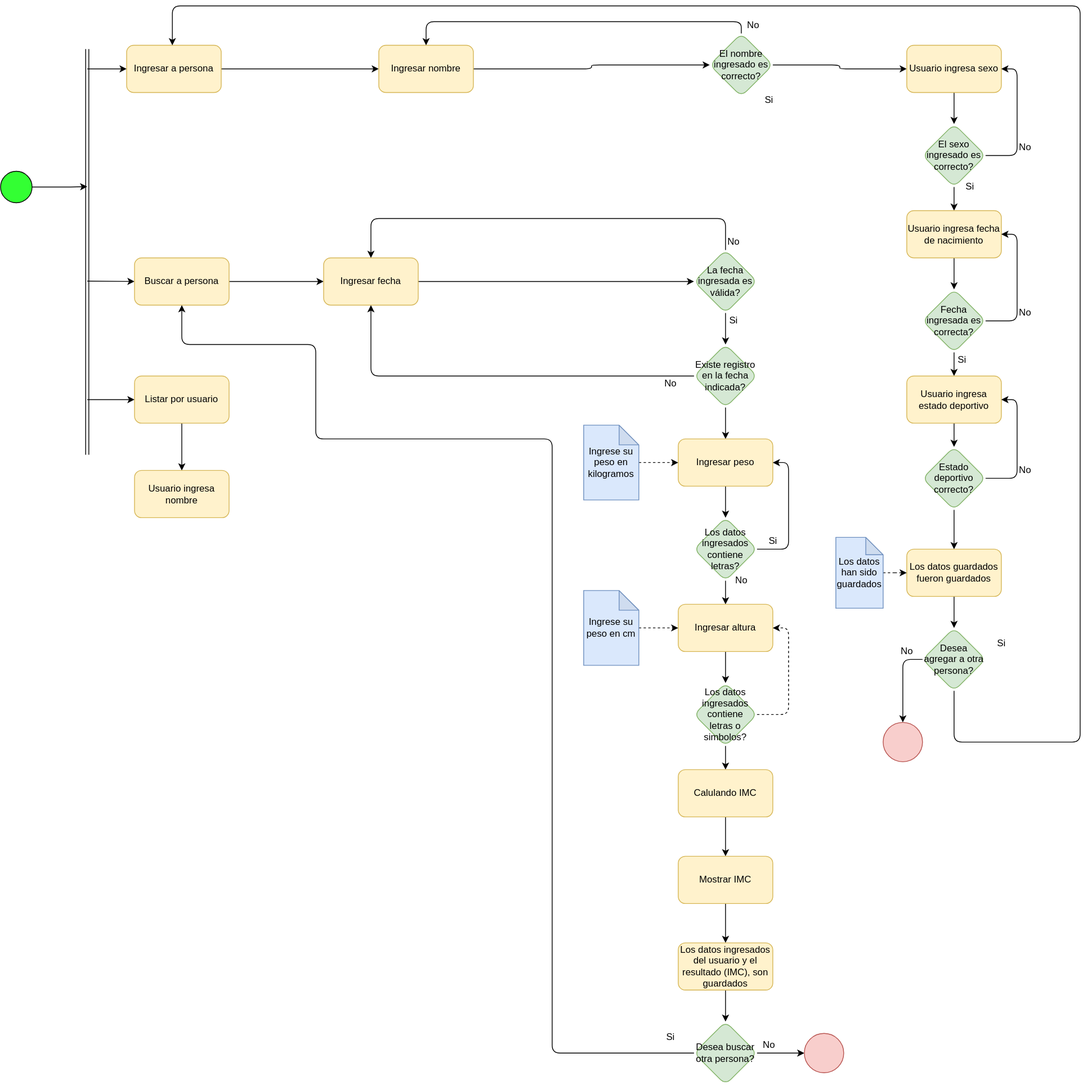
The draw.io diagram Diagramas/DiagActFuncionalidad.svg in MaxIbanez/Taller1P1_MI_JC, before a commit. Source tidied: cells renumbered, new cells last; positions are measured from the earlier drawing's top-left corner, leaving out a move shared by most shapes.
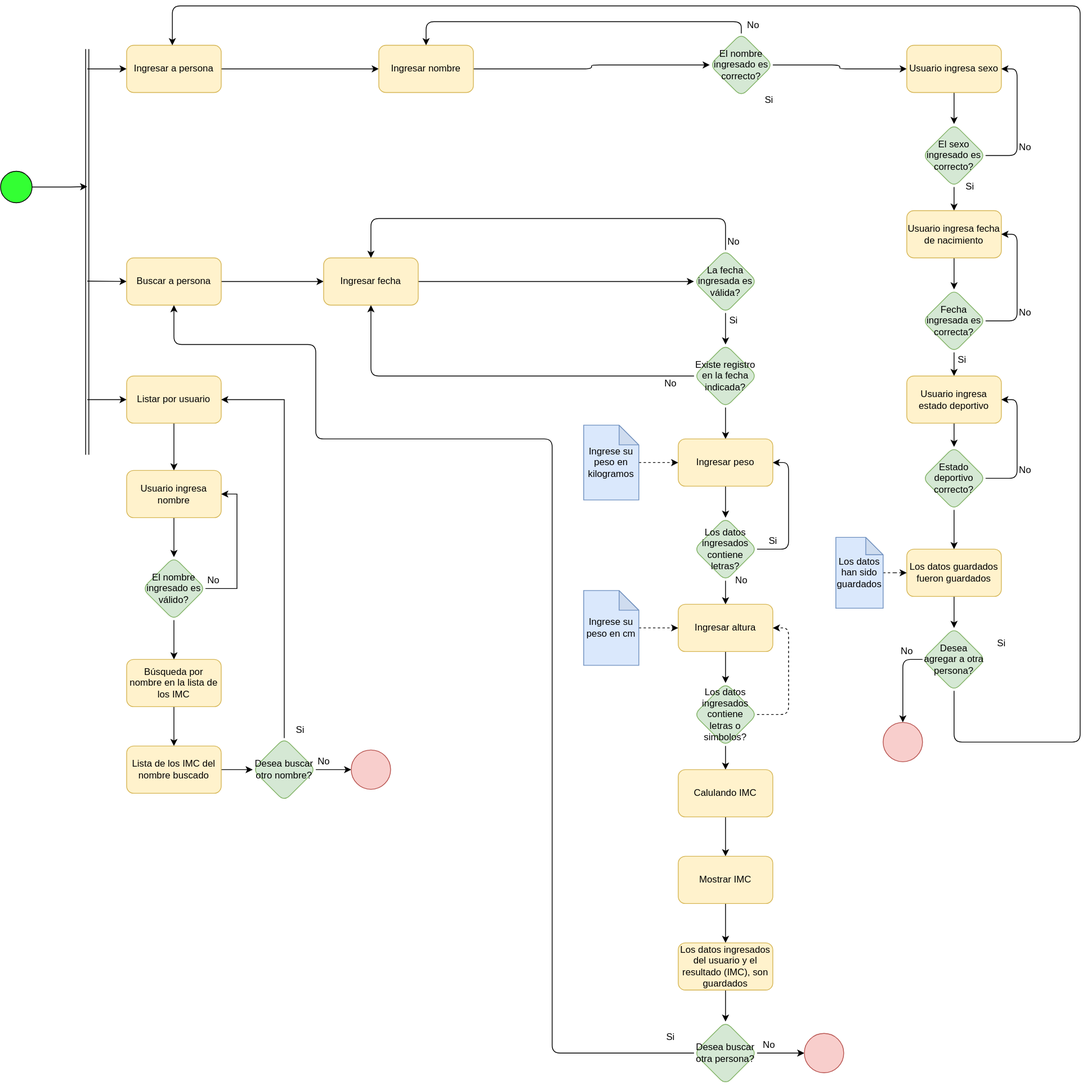
After the commit.

Change to the diagram source:
```diff
@@ -31,7 +31,7 @@
       <mxGeometry relative="1" as="geometry" />
     </mxCell>
     <mxCell id="9" value="Buscar a persona" style="whiteSpace=wrap;html=1;fillColor=#fff2cc;strokeColor=#d6b656;rounded=1;" parent="1" vertex="1">
-      <mxGeometry x="170" y="320" width="120" height="60" as="geometry" />
+      <mxGeometry x="160" y="320" width="120" height="60" as="geometry" />
     </mxCell>
     <mxCell id="10" style="endArrow=classic;html=1;entryX=0;entryY=0.5;entryDx=0;entryDy=0;exitX=1;exitY=0.5;exitDx=0;exitDy=0;" parent="1" edge="1" source="2">
       <mxGeometry relative="1" as="geometry">
@@ -310,7 +310,7 @@
           <mxPoint x="700" y="550" />
           <mxPoint x="400" y="550" />
           <mxPoint x="400" y="430" />
-          <mxPoint x="230" y="430" />
+          <mxPoint x="220" y="430" />
         </Array>
       </mxGeometry>
     </mxCell>
@@ -330,15 +330,71 @@
       <mxGeometry relative="1" as="geometry" />
     </mxCell>
     <mxCell id="88" value="Listar por usuario" style="whiteSpace=wrap;html=1;fillColor=#fff2cc;strokeColor=#d6b656;rounded=1;" parent="1" vertex="1">
-      <mxGeometry x="170" y="470" width="120" height="60" as="geometry" />
+      <mxGeometry x="160" y="470" width="120" height="60" as="geometry" />
     </mxCell>
+    <mxCell id="91" style="edgeStyle=orthogonalEdgeStyle;rounded=0;jettySize=auto;html=1;" parent="1" edge="1" source="89" target="94">
+      <mxGeometry relative="1" as="geometry" />
+    </mxCell>
     <mxCell id="89" value="Usuario ingresa nombre" style="whiteSpace=wrap;html=1;fillColor=#fff2cc;strokeColor=#d6b656;rounded=1;" parent="1" vertex="1">
-      <mxGeometry x="170" y="590" width="120" height="60" as="geometry" />
+      <mxGeometry x="160" y="590" width="120" height="60" as="geometry" />
     </mxCell>
     <mxCell id="90" style="endArrow=classic;html=1;entryX=0;entryY=0.5;entryDx=0;entryDy=0;" parent="1" edge="1" target="88">
       <mxGeometry relative="1" as="geometry">
         <mxPoint x="110" y="500" as="sourcePoint" />
       </mxGeometry>
     </mxCell>
+    <mxCell id="92" style="edgeStyle=orthogonalEdgeStyle;rounded=0;jettySize=auto;html=1;entryX=1;entryY=0.5;entryDx=0;entryDy=0;" parent="1" edge="1" source="94" target="89">
+      <mxGeometry relative="1" as="geometry">
+        <Array as="points">
+          <mxPoint x="300" y="740" />
+          <mxPoint x="300" y="620" />
+        </Array>
+      </mxGeometry>
+    </mxCell>
+    <mxCell id="93" style="edgeStyle=orthogonalEdgeStyle;rounded=0;jettySize=auto;html=1;" parent="1" edge="1" source="94" target="97">
+      <mxGeometry relative="1" as="geometry" />
+    </mxCell>
+    <mxCell id="94" value="El nombre ingresado es válido?" style="rhombus;whiteSpace=wrap;html=1;fillColor=#d5e8d4;strokeColor=#82b366;rounded=1;" parent="1" vertex="1">
+      <mxGeometry x="180" y="700" width="80" height="80" as="geometry" />
+    </mxCell>
+    <mxCell id="95" value="No" style="text;html=1;align=center;verticalAlign=middle;" parent="1" vertex="1">
+      <mxGeometry x="255" y="720" width="30" height="20" as="geometry" />
+    </mxCell>
+    <mxCell id="96" style="edgeStyle=orthogonalEdgeStyle;rounded=0;jettySize=auto;html=1;" parent="1" edge="1" source="97">
+      <mxGeometry relative="1" as="geometry">
+        <mxPoint x="220" y="940" as="targetPoint" />
+      </mxGeometry>
+    </mxCell>
+    <mxCell id="97" value="Búsqueda por nombre en la lista de los IMC" style="whiteSpace=wrap;html=1;fillColor=#fff2cc;strokeColor=#d6b656;rounded=1;" parent="1" vertex="1">
+      <mxGeometry x="160" y="830" width="120" height="60" as="geometry" />
+    </mxCell>
+    <mxCell id="98" style="edgeStyle=orthogonalEdgeStyle;rounded=0;jettySize=auto;html=1;entryX=1;entryY=0.5;entryDx=0;entryDy=0;" parent="1" edge="1" source="100" target="88">
+      <mxGeometry relative="1" as="geometry">
+        <Array as="points">
+          <mxPoint x="360" y="500" />
+        </Array>
+      </mxGeometry>
+    </mxCell>
+    <mxCell id="99" style="edgeStyle=orthogonalEdgeStyle;rounded=0;jettySize=auto;html=1;" parent="1" edge="1" source="100" target="104">
+      <mxGeometry relative="1" as="geometry" />
+    </mxCell>
+    <mxCell id="100" value="Desea buscar otro nombre?" style="rhombus;whiteSpace=wrap;html=1;fillColor=#d5e8d4;strokeColor=#82b366;rounded=1;" parent="1" vertex="1">
+      <mxGeometry x="320" y="930" width="80" height="80" as="geometry" />
+    </mxCell>
+    <mxCell id="101" style="edgeStyle=orthogonalEdgeStyle;rounded=0;jettySize=auto;html=1;" parent="1" edge="1" source="102" target="100">
+      <mxGeometry relative="1" as="geometry" />
+    </mxCell>
+    <mxCell id="102" value="Lista de los IMC del nombre buscado" style="whiteSpace=wrap;html=1;fillColor=#fff2cc;strokeColor=#d6b656;rounded=1;" parent="1" vertex="1">
+      <mxGeometry x="160" y="940" width="120" height="60" as="geometry" />
+    </mxCell>
+    <mxCell id="103" value="Si" style="text;html=1;align=center;verticalAlign=middle;" parent="1" vertex="1">
+      <mxGeometry x="365" y="910" width="30" height="20" as="geometry" />
+    </mxCell>
+    <mxCell id="104" style="ellipse;whiteSpace=wrap;html=1;fillColor=#f8cecc;strokeColor=#b85450;rounded=1;" parent="1" vertex="1">
+      <mxGeometry x="445" y="945" width="50" height="50" as="geometry" />
+    </mxCell>
+    <mxCell id="105" value="No" style="text;html=1;align=center;verticalAlign=middle;" parent="1" vertex="1">
+      <mxGeometry x="395" y="950" width="30" height="20" as="geometry" />
+    </mxCell>
   </root>
 </mxGraphModel>
```
